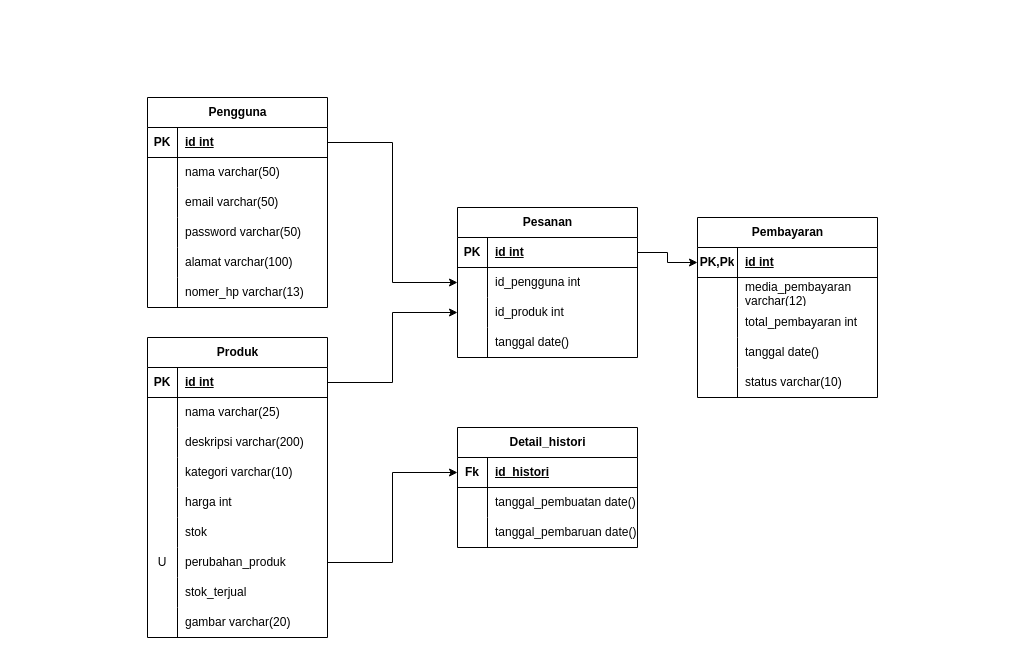
Earlier version of the draw.io diagram Untitled Diagram.drawio (al-khoodhy/perancangan-db-toko-online). Source tidied: cells renumbered, new cells numbered last; positions are measured from the earlier drawing's top-left corner, leaving out a move shared by most shapes. Both pictures are drawn from the tidied source at 100%, with x=0, y=0 at pixel (147, 97).
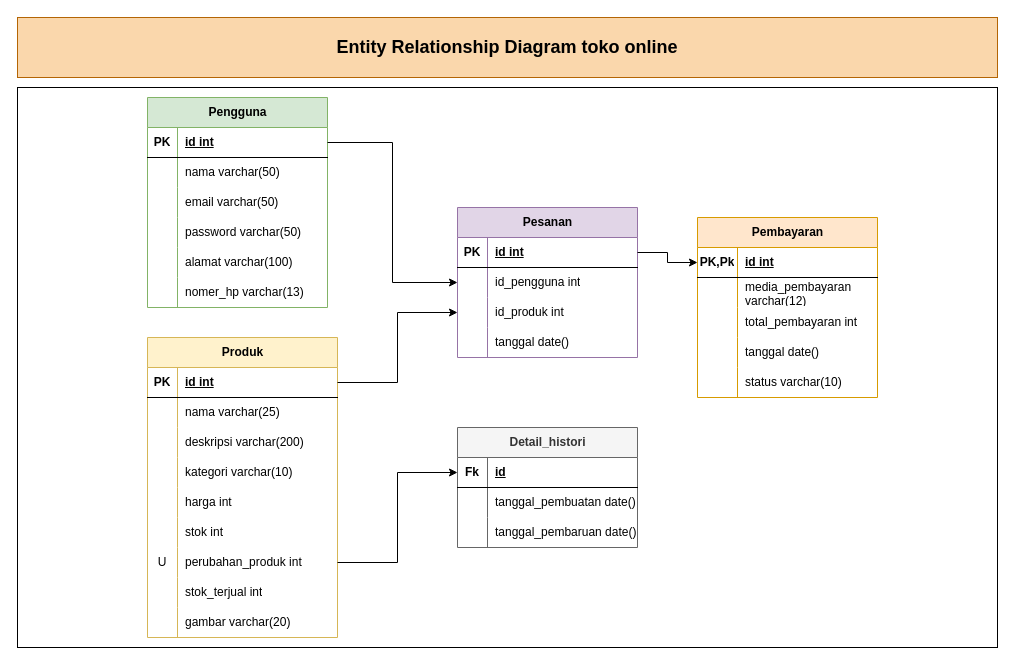
The same page after the edit.

The change refers to these unchanged cells:
```xml
<mxCell id="63" style="shape=tableRow;horizontal=0;startSize=0;swimlaneHead=0;swimlaneBody=0;fillColor=none;points=[[0,0.5],[1,0.5]];portConstraint=eastwest;top=0;left=0;right=0;bottom=1;" parent="62" vertex="1">
  <mxGeometry y="30" width="180" height="30" as="geometry" />
</mxCell>
```

What changed in the source:
```diff
@@
+    <mxCell id="92" style="rounded=0;whiteSpace=wrap;html=1;" parent="1" vertex="1">
+      <mxGeometry x="-130" y="-10" width="980" height="560" as="geometry" />
+    </mxCell>
-    <mxCell id="2" value="Produk" style="shape=table;startSize=30;childLayout=tableLayout;rowLines=0;fontStyle=1;align=center;html=1;" parent="1" vertex="1">
-      <mxGeometry y="240" width="180" height="300" as="geometry" />
+    <mxCell id="2" value="Produk" style="shape=table;startSize=30;childLayout=tableLayout;rowLines=0;fontStyle=1;align=center;html=1;fillColor=#fff2cc;strokeColor=#d6b656;" parent="1" vertex="1">
+      <mxGeometry y="240" width="190" height="300" as="geometry" />
     </mxCell>
     <mxCell id="3" style="shape=tableRow;horizontal=0;startSize=0;swimlaneHead=0;swimlaneBody=0;fillColor=none;points=[[0,0.5],[1,0.5]];portConstraint=eastwest;top=0;left=0;right=0;bottom=1;" parent="2" vertex="1">
-      <mxGeometry y="30" width="180" height="30" as="geometry" />
+      <mxGeometry y="30" width="190" height="30" as="geometry" />
     </mxCell>
@@
     <mxCell id="5" value="id int" style="shape=partialRectangle;fillColor=none;top=0;left=0;bottom=0;right=0;align=left;spacingLeft=6;fontStyle=5;overflow=hidden;whiteSpace=wrap;html=1;" parent="3" vertex="1">
-      <mxGeometry x="30" width="150" height="30" as="geometry" />
+      <mxGeometry x="30" width="160" height="30" as="geometry" />
     </mxCell>
     <mxCell id="6" style="shape=tableRow;horizontal=0;startSize=0;swimlaneHead=0;swimlaneBody=0;fillColor=none;top=0;left=0;right=0;bottom=0;" parent="2" vertex="1">
-      <mxGeometry y="60" width="180" height="30" as="geometry" />
+      <mxGeometry y="60" width="190" height="30" as="geometry" />
     </mxCell>
@@
     <mxCell id="8" value="nama varchar(25)" style="shape=partialRectangle;fillColor=none;top=0;left=0;bottom=0;right=0;align=left;spacingLeft=6;overflow=hidden;whiteSpace=wrap;html=1;" parent="6" vertex="1">
-      <mxGeometry x="30" width="150" height="30" as="geometry" />
+      <mxGeometry x="30" width="160" height="30" as="geometry" />
     </mxCell>
     <mxCell id="9" style="shape=tableRow;horizontal=0;startSize=0;swimlaneHead=0;swimlaneBody=0;fillColor=none;top=0;left=0;right=0;bottom=0;" parent="2" vertex="1">
-      <mxGeometry y="90" width="180" height="30" as="geometry" />
+      <mxGeometry y="90" width="190" height="30" as="geometry" />
     </mxCell>
@@
     <mxCell id="11" value="deskripsi varchar(200)" style="shape=partialRectangle;fillColor=none;top=0;left=0;bottom=0;right=0;align=left;spacingLeft=6;overflow=hidden;whiteSpace=wrap;html=1;" parent="9" vertex="1">
-      <mxGeometry x="30" width="150" height="30" as="geometry" />
+      <mxGeometry x="30" width="160" height="30" as="geometry" />
     </mxCell>
     <mxCell id="12" style="shape=tableRow;horizontal=0;startSize=0;swimlaneHead=0;swimlaneBody=0;fillColor=none;top=0;left=0;right=0;bottom=0;" parent="2" vertex="1">
-      <mxGeometry y="120" width="180" height="30" as="geometry" />
+      <mxGeometry y="120" width="190" height="30" as="geometry" />
     </mxCell>
@@
     <mxCell id="14" value="kategori varchar(10)" style="shape=partialRectangle;fillColor=none;top=0;left=0;bottom=0;right=0;align=left;spacingLeft=6;overflow=hidden;whiteSpace=wrap;html=1;" parent="12" vertex="1">
-      <mxGeometry x="30" width="150" height="30" as="geometry" />
+      <mxGeometry x="30" width="160" height="30" as="geometry" />
     </mxCell>
     <mxCell id="15" style="shape=tableRow;horizontal=0;startSize=0;swimlaneHead=0;swimlaneBody=0;fillColor=none;top=0;left=0;right=0;bottom=0;" parent="2" vertex="1">
-      <mxGeometry y="150" width="180" height="30" as="geometry" />
+      <mxGeometry y="150" width="190" height="30" as="geometry" />
     </mxCell>
@@
     <mxCell id="17" value="harga int" style="shape=partialRectangle;fillColor=none;top=0;left=0;bottom=0;right=0;align=left;spacingLeft=6;overflow=hidden;whiteSpace=wrap;html=1;" parent="15" vertex="1">
-      <mxGeometry x="30" width="150" height="30" as="geometry" />
+      <mxGeometry x="30" width="160" height="30" as="geometry" />
     </mxCell>
     <mxCell id="18" style="shape=tableRow;horizontal=0;startSize=0;swimlaneHead=0;swimlaneBody=0;fillColor=none;top=0;left=0;right=0;bottom=0;" parent="2" vertex="1">
-      <mxGeometry y="180" width="180" height="30" as="geometry" />
+      <mxGeometry y="180" width="190" height="30" as="geometry" />
     </mxCell>
@@
-    <mxCell id="20" value="stok" style="shape=partialRectangle;fillColor=none;top=0;left=0;bottom=0;right=0;align=left;spacingLeft=6;overflow=hidden;whiteSpace=wrap;html=1;" parent="18" vertex="1">
-      <mxGeometry x="30" width="150" height="30" as="geometry" />
+    <mxCell id="20" value="stok int" style="shape=partialRectangle;fillColor=none;top=0;left=0;bottom=0;right=0;align=left;spacingLeft=6;overflow=hidden;whiteSpace=wrap;html=1;" parent="18" vertex="1">
+      <mxGeometry x="30" width="160" height="30" as="geometry" />
     </mxCell>
     <mxCell id="21" style="shape=tableRow;horizontal=0;startSize=0;swimlaneHead=0;swimlaneBody=0;fillColor=none;points=[[0,0.5],[1,0.5]];portConstraint=eastwest;top=0;left=0;right=0;bottom=0;" parent="2" vertex="1">
-      <mxGeometry y="210" width="180" height="30" as="geometry" />
+      <mxGeometry y="210" width="190" height="30" as="geometry" />
     </mxCell>
@@
-    <mxCell id="23" value="&lt;div&gt;perubahan_produk&lt;/div&gt;" style="shape=partialRectangle;fillColor=none;top=0;left=0;bottom=0;right=0;align=left;spacingLeft=6;overflow=hidden;whiteSpace=wrap;html=1;" parent="21" vertex="1">
-      <mxGeometry x="30" width="150" height="30" as="geometry" />
+    <mxCell id="23" value="&lt;div&gt;perubahan_produk int&lt;/div&gt;" style="shape=partialRectangle;fillColor=none;top=0;left=0;bottom=0;right=0;align=left;spacingLeft=6;overflow=hidden;whiteSpace=wrap;html=1;" parent="21" vertex="1">
+      <mxGeometry x="30" width="160" height="30" as="geometry" />
     </mxCell>
     <mxCell id="24" style="shape=tableRow;horizontal=0;startSize=0;swimlaneHead=0;swimlaneBody=0;fillColor=none;top=0;left=0;right=0;bottom=0;" parent="2" vertex="1">
-      <mxGeometry y="240" width="180" height="30" as="geometry" />
+      <mxGeometry y="240" width="190" height="30" as="geometry" />
     </mxCell>
@@
-    <mxCell id="26" value="stok_terjual" style="shape=partialRectangle;fillColor=none;top=0;left=0;bottom=0;right=0;align=left;spacingLeft=6;overflow=hidden;whiteSpace=wrap;html=1;" parent="24" vertex="1">
-      <mxGeometry x="30" width="150" height="30" as="geometry" />
+    <mxCell id="26" value="stok_terjual int" style="shape=partialRectangle;fillColor=none;top=0;left=0;bottom=0;right=0;align=left;spacingLeft=6;overflow=hidden;whiteSpace=wrap;html=1;" parent="24" vertex="1">
+      <mxGeometry x="30" width="160" height="30" as="geometry" />
     </mxCell>
     <mxCell id="27" style="shape=tableRow;horizontal=0;startSize=0;swimlaneHead=0;swimlaneBody=0;fillColor=none;top=0;left=0;right=0;bottom=0;" parent="2" vertex="1">
-      <mxGeometry y="270" width="180" height="30" as="geometry" />
+      <mxGeometry y="270" width="190" height="30" as="geometry" />
     </mxCell>
@@
     <mxCell id="29" value="gambar varchar(20)" style="shape=partialRectangle;fillColor=none;top=0;left=0;bottom=0;right=0;align=left;spacingLeft=6;overflow=hidden;whiteSpace=wrap;html=1;" parent="27" vertex="1">
-      <mxGeometry x="30" width="150" height="30" as="geometry" />
+      <mxGeometry x="30" width="160" height="30" as="geometry" />
     </mxCell>
-    <mxCell id="30" value="Pengguna" style="shape=table;startSize=30;childLayout=tableLayout;rowLines=0;fontStyle=1;align=center;html=1;" parent="1" vertex="1">
+    <mxCell id="30" value="Pengguna" style="shape=table;startSize=30;childLayout=tableLayout;rowLines=0;fontStyle=1;align=center;html=1;fillColor=#d5e8d4;strokeColor=#82b366;" parent="1" vertex="1">
       <mxGeometry width="180" height="210" as="geometry" />
     </mxCell>
@@
-    <mxCell id="49" value="Pesanan" style="shape=table;startSize=30;childLayout=tableLayout;rowLines=0;fontStyle=1;align=center;html=1;" parent="1" vertex="1">
+    <mxCell id="49" value="Pesanan" style="shape=table;startSize=30;childLayout=tableLayout;rowLines=0;fontStyle=1;align=center;html=1;fillColor=#e1d5e7;strokeColor=#9673a6;" parent="1" vertex="1">
       <mxGeometry x="310" y="110" width="180" height="150" as="geometry" />
     </mxCell>
@@
-    <mxCell id="62" value="Detail_histori" style="shape=table;startSize=30;childLayout=tableLayout;rowLines=0;fontStyle=1;align=center;html=1;" parent="1" vertex="1">
+    <mxCell id="62" value="Detail_histori" style="shape=table;startSize=30;childLayout=tableLayout;rowLines=0;fontStyle=1;align=center;html=1;fillColor=#f5f5f5;fontColor=#333333;strokeColor=#666666;" parent="1" vertex="1">
       <mxGeometry x="310" y="330" width="180" height="120" as="geometry" />
     </mxCell>
@@
-    <mxCell id="65" value="id_histori" style="shape=partialRectangle;fillColor=none;top=0;left=0;bottom=0;right=0;align=left;spacingLeft=6;fontStyle=5;overflow=hidden;whiteSpace=wrap;html=1;" parent="63" vertex="1">
+    <mxCell id="65" value="id" style="shape=partialRectangle;fillColor=none;top=0;left=0;bottom=0;right=0;align=left;spacingLeft=6;fontStyle=5;overflow=hidden;whiteSpace=wrap;html=1;" parent="63" vertex="1">
       <mxGeometry x="30" width="150" height="30" as="geometry" />
     </mxCell>
@@
-    <mxCell id="74" value="Pembayaran" style="shape=table;startSize=30;childLayout=tableLayout;rowLines=0;fontStyle=1;align=center;html=1;" parent="1" vertex="1">
+    <mxCell id="74" value="Pembayaran" style="shape=table;startSize=30;childLayout=tableLayout;rowLines=0;fontStyle=1;align=center;html=1;fillColor=#ffe6cc;strokeColor=#d79b00;" parent="1" vertex="1">
       <mxGeometry x="550" y="120" width="180" height="180" as="geometry" />
     </mxCell>
@@
+    <mxCell id="93" value="&lt;font style=&quot;font-size: 18px;&quot;&gt;&lt;b&gt;Entity Relationship Diagram toko online &lt;font&gt;&lt;br&gt;&lt;/font&gt;&lt;/b&gt;&lt;/font&gt;" style="rounded=0;whiteSpace=wrap;html=1;fillColor=#fad7ac;strokeColor=#b46504;" parent="1" vertex="1">
+      <mxGeometry x="-130" y="-80" width="980" height="60" as="geometry" />
+    </mxCell>
```
